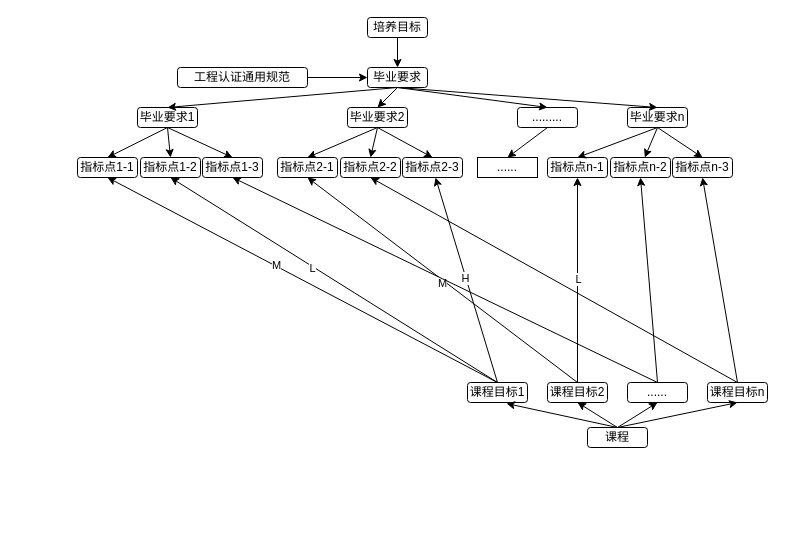
Before: Untitled Diagram.drawio in oliverwy/DhDesignpattern, a draw.io diagram. Source tidied: cells renumbered, new cells numbered last; positions are measured from the earlier drawing's top-left corner, leaving out a move shared by most shapes. Both pictures are drawn from the tidied source at 100%, with x=0, y=0 at pixel (77, 17).
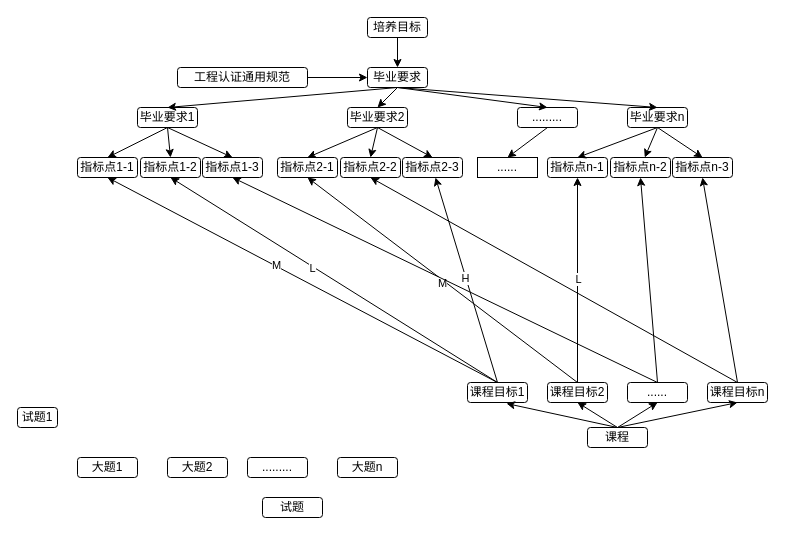
The same page after the edit.

Change to the diagram source:
```diff
@@
+    <mxCell id="58" value="试题" style="rounded=1;whiteSpace=wrap;html=1;align=center;" parent="1" vertex="1">
+      <mxGeometry x="185" y="480" width="60" height="20" as="geometry" />
+    </mxCell>
+    <mxCell id="59" value="大题1" style="rounded=1;whiteSpace=wrap;html=1;align=center;" parent="1" vertex="1">
+      <mxGeometry y="440" width="60" height="20" as="geometry" />
+    </mxCell>
+    <mxCell id="60" value="大题2" style="rounded=1;whiteSpace=wrap;html=1;align=center;" parent="1" vertex="1">
+      <mxGeometry x="90" y="440" width="60" height="20" as="geometry" />
+    </mxCell>
+    <mxCell id="61" value="........." style="rounded=1;whiteSpace=wrap;html=1;align=center;" parent="1" vertex="1">
+      <mxGeometry x="170" y="440" width="60" height="20" as="geometry" />
+    </mxCell>
+    <mxCell id="62" value="大题n" style="rounded=1;whiteSpace=wrap;html=1;align=center;" parent="1" vertex="1">
+      <mxGeometry x="260" y="440" width="60" height="20" as="geometry" />
+    </mxCell>
+    <mxCell id="63" value="试题1" style="rounded=1;whiteSpace=wrap;html=1;align=center;" parent="1" vertex="1">
+      <mxGeometry x="-60" y="390" width="40" height="20" as="geometry" />
+    </mxCell>
```
